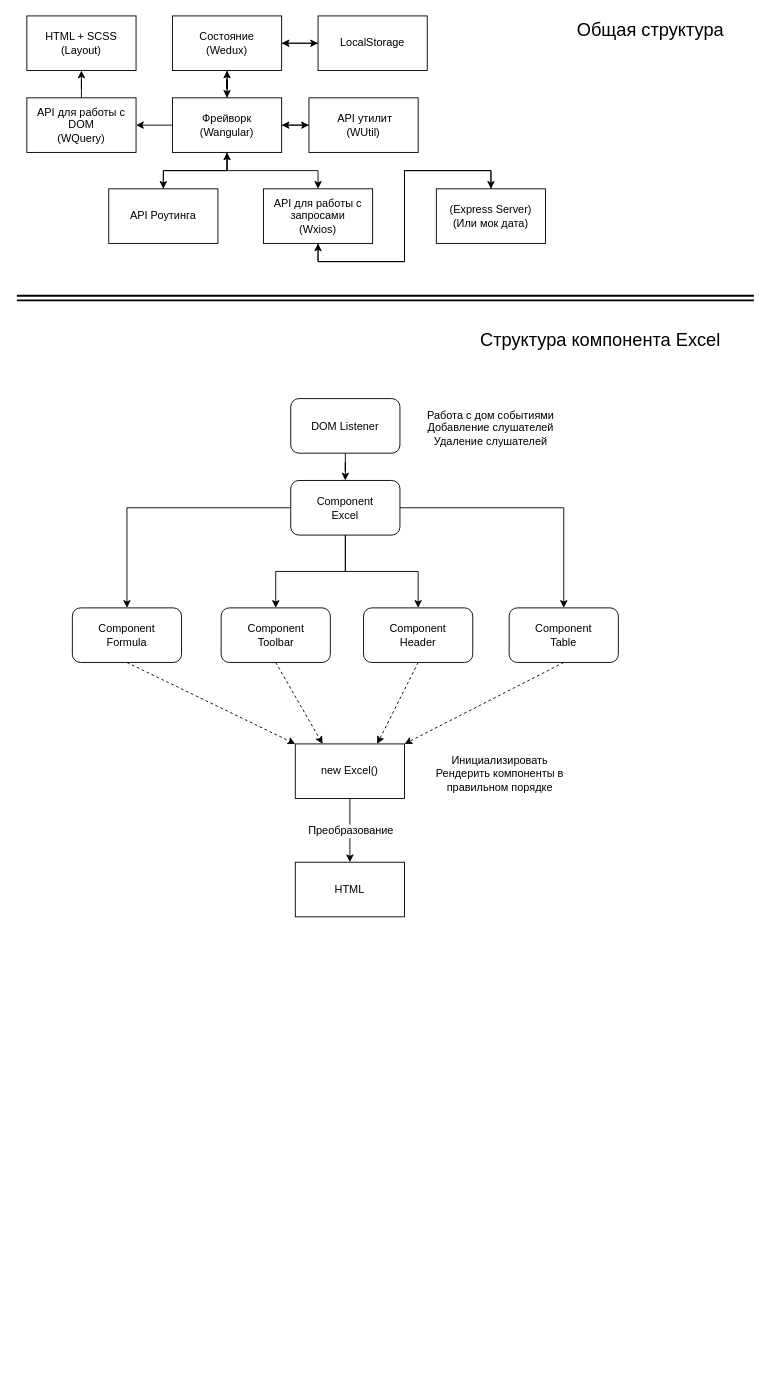
The draw.io diagram tsexcel.drawio in WheatleyCODE/ts-excel, before the edit. Source tidied: cells renumbered, new cells numbered last; positions are measured from the earlier drawing's top-left corner, leaving out a move shared by most shapes. Both pictures are drawn from the tidied source at 91%, with x=0, y=0 at pixel (16, 15).
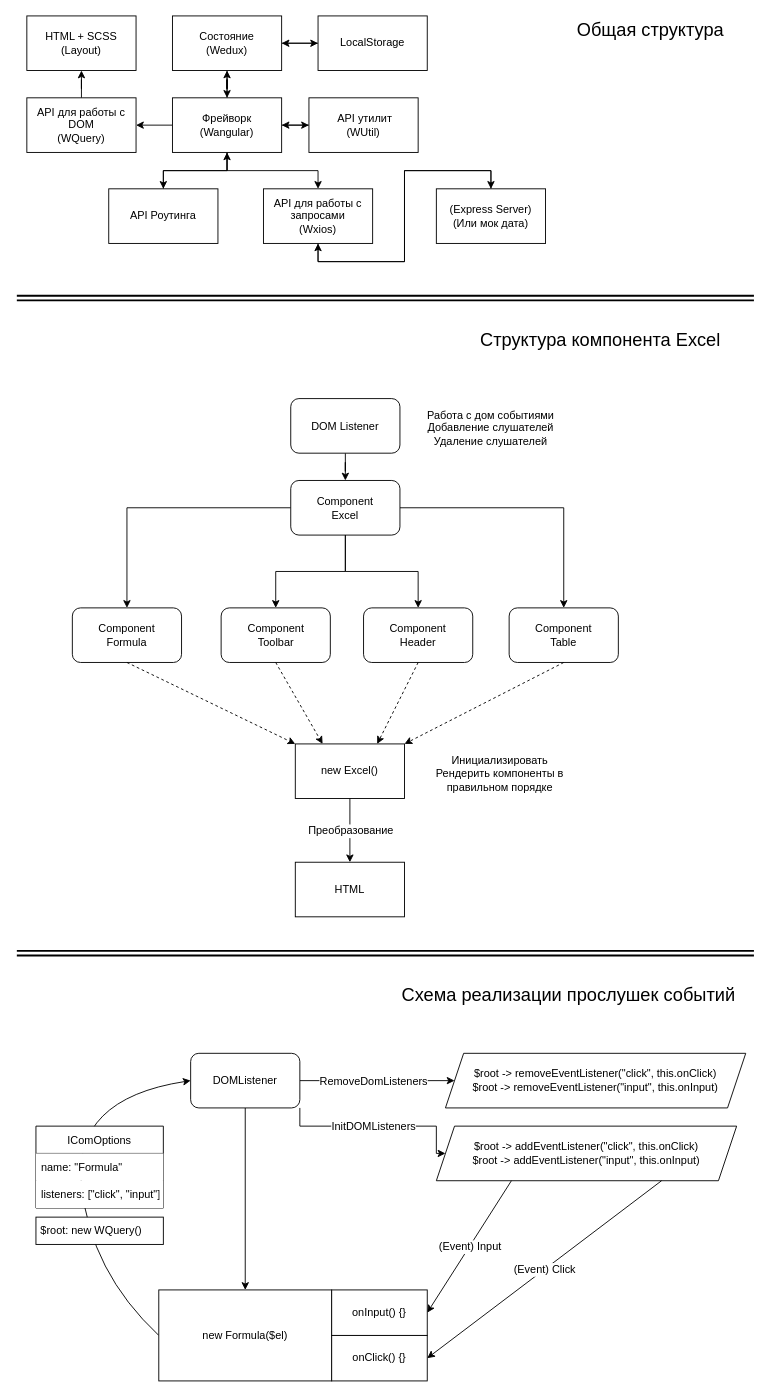
The same diagram, later.

Commit message (it also covers changes not shown here):
Add listeners schema, add api create and remove listeners

Change to the diagram source:
```diff
@@
+    <mxCell id="48" style="curved=1;endArrow=classic;html=1;rounded=0;exitX=0;exitY=0.5;exitDx=0;exitDy=0;entryX=0;entryY=0.5;entryDx=0;entryDy=0;" parent="1" edge="1" source="49" target="55">
+      <mxGeometry relative="1" as="geometry">
+        <Array as="points">
+          <mxPoint x="81" y="1380" />
+          <mxPoint x="61" y="1190" />
+        </Array>
+      </mxGeometry>
+    </mxCell>
+    <mxCell id="49" value="new Formula($el)" style="rounded=0;whiteSpace=wrap;html=1;" parent="1" vertex="1">
+      <mxGeometry x="156" y="1400" width="190" height="100" as="geometry" />
+    </mxCell>
+    <mxCell id="50" style="edgeStyle=orthogonalEdgeStyle;rounded=0;jettySize=auto;html=1;entryX=0.5;entryY=0;entryDx=0;entryDy=0;" parent="1" edge="1" source="55" target="49">
+      <mxGeometry relative="1" as="geometry" />
+    </mxCell>
+    <mxCell id="51" style="edgeStyle=orthogonalEdgeStyle;rounded=0;jettySize=auto;html=1;entryX=0;entryY=0.5;entryDx=0;entryDy=0;" parent="1" edge="1" source="55" target="60">
+      <mxGeometry relative="1" as="geometry">
+        <Array as="points">
+          <mxPoint x="311" y="1220" />
+          <mxPoint x="461" y="1220" />
+          <mxPoint x="461" y="1250" />
+        </Array>
+      </mxGeometry>
+    </mxCell>
+    <mxCell id="52" value="InitDOMListeners" style="edgeLabel;html=1;align=center;verticalAlign=middle;fontSize=12;" parent="51" vertex="1">
+      <mxGeometry x="-0.15" y="2" relative="1" as="geometry">
+        <mxPoint x="11" y="2" as="offset" />
+      </mxGeometry>
+    </mxCell>
+    <mxCell id="53" style="edgeStyle=orthogonalEdgeStyle;rounded=0;jettySize=auto;html=1;fontSize=12;entryX=0;entryY=0.5;entryDx=0;entryDy=0;" parent="1" edge="1" source="55" target="61">
+      <mxGeometry relative="1" as="geometry" />
+    </mxCell>
+    <mxCell id="54" value="RemoveDomListeners" style="edgeLabel;html=1;align=center;verticalAlign=middle;fontSize=12;" parent="53" vertex="1">
+      <mxGeometry x="0.11" y="-2" relative="1" as="geometry">
+        <mxPoint x="-14" y="-2" as="offset" />
+      </mxGeometry>
+    </mxCell>
+    <mxCell id="55" value="DOMListener" style="rounded=1;whiteSpace=wrap;html=1;" parent="1" vertex="1">
+      <mxGeometry x="191" y="1140" width="120" height="60" as="geometry" />
+    </mxCell>
+    <mxCell id="56" value="IComOptions" style="swimlane;fontStyle=0;horizontal=1;startSize=30;" parent="1" vertex="1">
+      <mxGeometry x="21" y="1220" width="140" height="90" as="geometry" />
+    </mxCell>
+    <mxCell id="57" value="name: &quot;Formula&quot;" style="text;strokeColor=none;fillColor=default;align=left;verticalAlign=middle;spacingLeft=4;spacingRight=4;overflow=hidden;" parent="56" vertex="1">
+      <mxGeometry y="30" width="140" height="30" as="geometry" />
+    </mxCell>
+    <mxCell id="58" value="listeners: [&quot;click&quot;, &quot;input&quot;]" style="text;strokeColor=none;fillColor=default;align=left;verticalAlign=middle;spacingLeft=4;spacingRight=4;overflow=hidden;" parent="56" vertex="1">
+      <mxGeometry y="60" width="140" height="30" as="geometry" />
+    </mxCell>
+    <mxCell id="59" value="&amp;nbsp;$root: new WQuery()" style="rounded=0;whiteSpace=wrap;html=1;align=left;" parent="1" vertex="1">
+      <mxGeometry x="21" y="1320" width="140" height="30" as="geometry" />
+    </mxCell>
+    <mxCell id="60" value="$root -&amp;gt; addEventListener(&quot;click&quot;, this.onClick)&lt;br&gt;$root -&amp;gt; addEventListener(&quot;input&quot;, this.onInput)" style="shape=parallelogram;perimeter=parallelogramPerimeter;whiteSpace=wrap;html=1;fixedSize=1;fillColor=default;" parent="1" vertex="1">
+      <mxGeometry x="461" y="1220" width="330" height="60" as="geometry" />
+    </mxCell>
+    <mxCell id="61" value="$root -&amp;gt; removeEventListener(&quot;click&quot;, this.onClick)&lt;br&gt;$root -&amp;gt; removeEventListener(&quot;input&quot;, this.onInput)" style="shape=parallelogram;perimeter=parallelogramPerimeter;whiteSpace=wrap;html=1;fixedSize=1;fillColor=default;" parent="1" vertex="1">
+      <mxGeometry x="471" y="1140" width="330" height="60" as="geometry" />
+    </mxCell>
+    <mxCell id="62" style="endArrow=classic;html=1;rounded=0;fontSize=12;exitX=0.25;exitY=1;exitDx=0;exitDy=0;entryX=1;entryY=0.5;entryDx=0;entryDy=0;" parent="1" edge="1" source="60" target="64">
+      <mxGeometry relative="1" as="geometry" />
+    </mxCell>
+    <mxCell id="63" value="(Event) Input" style="edgeLabel;html=1;align=center;verticalAlign=middle;fontSize=12;fillColor=default;" parent="62" vertex="1">
+      <mxGeometry relative="1" as="geometry" />
+    </mxCell>
+    <mxCell id="64" value="onInput() {}" style="rounded=0;whiteSpace=wrap;html=1;fontSize=12;fillColor=default;" parent="1" vertex="1">
+      <mxGeometry x="346" y="1400" width="105" height="50" as="geometry" />
+    </mxCell>
+    <mxCell id="65" value="onClick() {}" style="rounded=0;whiteSpace=wrap;html=1;fontSize=12;fillColor=default;" parent="1" vertex="1">
+      <mxGeometry x="346" y="1450" width="105" height="50" as="geometry" />
+    </mxCell>
+    <mxCell id="66" style="endArrow=classic;html=1;rounded=0;fontSize=12;exitX=0.75;exitY=1;exitDx=0;exitDy=0;entryX=1;entryY=0.5;entryDx=0;entryDy=0;" parent="1" edge="1" source="60" target="65">
+      <mxGeometry relative="1" as="geometry" />
+    </mxCell>
+    <mxCell id="67" value="(Event) Click" style="edgeLabel;html=1;align=center;verticalAlign=middle;fontSize=12;fillColor=default;" parent="66" vertex="1">
+      <mxGeometry relative="1" as="geometry" />
+    </mxCell>
+    <mxCell id="68" style="html=1;rounded=0;shape=link;strokeWidth=2;" parent="1" edge="1">
+      <mxGeometry relative="1" as="geometry">
+        <mxPoint y="1030" as="sourcePoint" />
+        <mxPoint x="810" y="1030" as="targetPoint" />
+      </mxGeometry>
+    </mxCell>
+    <mxCell id="69" value="Схема реализации прослушек событий" style="text;html=1;align=center;verticalAlign=middle;strokeColor=none;fillColor=none;fontSize=20;" parent="1" vertex="1">
+      <mxGeometry x="411" y="1060" width="390" height="30" as="geometry" />
+    </mxCell>
```
